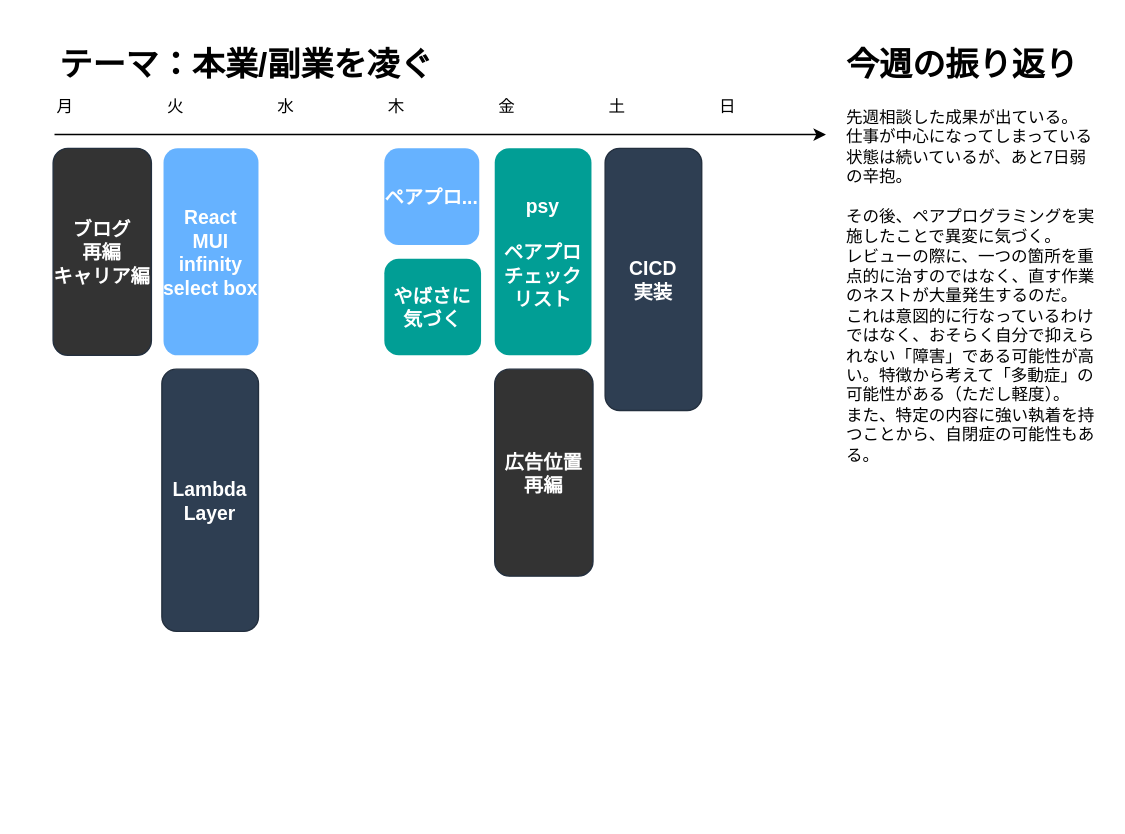
minegishirei/draw_v1 keeps this draw.io diagram as page "202400923" (4 of 12) of life/life.drawio. Above is the earlier version. Source tidied: cells renumbered, new cells numbered last; positions are measured from the earlier drawing's top-left corner, leaving out a move shared by most shapes. Both pictures are drawn from the tidied source at 138%, with x=0, y=0 at pixel (23, 37).
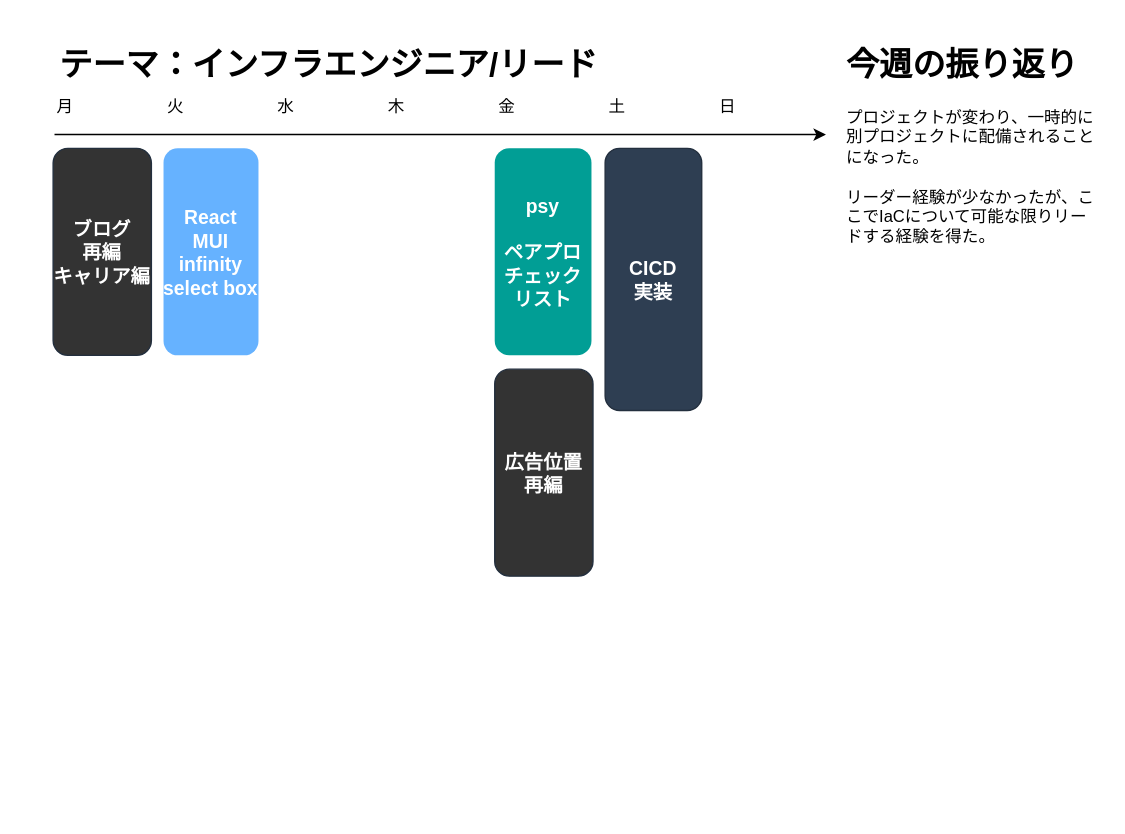
The same page after the edit.

Commit message:
life.drawio を更新します

Change to the diagram source:
```diff
@@
-    <mxCell id="9" value="&lt;h1&gt;テーマ：本業/副業を凌ぐ&lt;/h1&gt;" style="text;html=1;strokeColor=none;fillColor=none;spacing=5;spacingTop=-20;whiteSpace=wrap;overflow=hidden;rounded=0;shadow=0;" parent="1" vertex="1">
+    <mxCell id="9" value="&lt;h1&gt;テーマ：インフラエンジニア/リード&lt;/h1&gt;" style="text;html=1;strokeColor=none;fillColor=none;spacing=5;spacingTop=-20;whiteSpace=wrap;overflow=hidden;rounded=0;shadow=0;" parent="1" vertex="1">
       <mxGeometry x="21" width="480" height="40" as="geometry" />
     </mxCell>
@@
-    <mxCell id="11" value="&lt;h1&gt;&lt;/h1&gt;&lt;h1 style=&quot;border-color: var(--border-color);&quot;&gt;今週の振り返り&lt;/h1&gt;&lt;div&gt;先週相談した成果が出ている。&lt;/div&gt;&lt;div&gt;仕事が中心になってしまっている状態は続いているが、あと7日弱の辛抱。&lt;/div&gt;&lt;div&gt;&lt;br&gt;&lt;/div&gt;&lt;div&gt;その後、ペアプログラミングを実施したことで異変に気づく。&lt;/div&gt;&lt;div&gt;レビューの際に、一つの箇所を重点的に治すのではなく、直す作業のネストが大量発生するのだ。&lt;/div&gt;&lt;div&gt;これは意図的に行なっているわけではなく、おそらく自分で抑えられない「障害」である可能性が高い。特徴から考えて「多動症」の可能性がある（ただし軽度）。&lt;/div&gt;&lt;div&gt;また、特定の内容に強い執着を持つことから、自閉症の可能性もある。&lt;/div&gt;" style="text;html=1;strokeColor=none;fillColor=none;spacing=5;spacingTop=-20;whiteSpace=wrap;overflow=hidden;rounded=0;shadow=0;" parent="1" vertex="1">
+    <mxCell id="11" value="&lt;h1&gt;&lt;/h1&gt;&lt;h1 style=&quot;border-color: var(--border-color);&quot;&gt;今週の振り返り&lt;/h1&gt;&lt;div&gt;&lt;span style=&quot;background-color: initial;&quot;&gt;プロジェクトが変わり、一時的に別プロジェクトに配備されることになった。&lt;/span&gt;&lt;/div&gt;&lt;div&gt;&lt;span style=&quot;background-color: initial;&quot;&gt;&lt;br&gt;&lt;/span&gt;&lt;/div&gt;&lt;div&gt;&lt;span style=&quot;background-color: initial;&quot;&gt;リーダー経験が少なかったが、ここでIaCについて可能な限りリードする経験を得た。&lt;/span&gt;&lt;br&gt;&lt;/div&gt;" style="text;html=1;strokeColor=none;fillColor=none;spacing=5;spacingTop=-20;whiteSpace=wrap;overflow=hidden;rounded=0;shadow=0;" parent="1" vertex="1">
       <mxGeometry x="591" width="190" height="560" as="geometry" />
     </mxCell>
@@
-    <mxCell id="14" value="Lambda&#10;Layer" style="rounded=1;fillColor=#2E3E52;strokeColor=#232F3E;shadow=0;gradientColor=none;fontStyle=1;fontColor=#FFFFFF;fontSize=14;" parent="1" vertex="1">
-      <mxGeometry x="99.8" y="240" width="70" height="190" as="geometry" />
-    </mxCell>
@@
-    <mxCell id="16" value="ペアプロ..." style="rounded=1;fillColor=#66B2FF;strokeColor=none;shadow=0;gradientColor=none;fontStyle=1;fontColor=#FFFFFF;fontSize=14;" parent="1" vertex="1">
-      <mxGeometry x="261" y="80" width="68.8" height="70" as="geometry" />
-    </mxCell>
-    <mxCell id="17" value="やばさに&#10;気づく" style="rounded=1;fillColor=#019E95;strokeColor=none;shadow=0;gradientColor=none;fontStyle=1;fontColor=#FFFFFF;fontSize=14;" parent="1" vertex="1">
-      <mxGeometry x="261" y="160" width="70.1" height="70" as="geometry" />
-    </mxCell>
```
